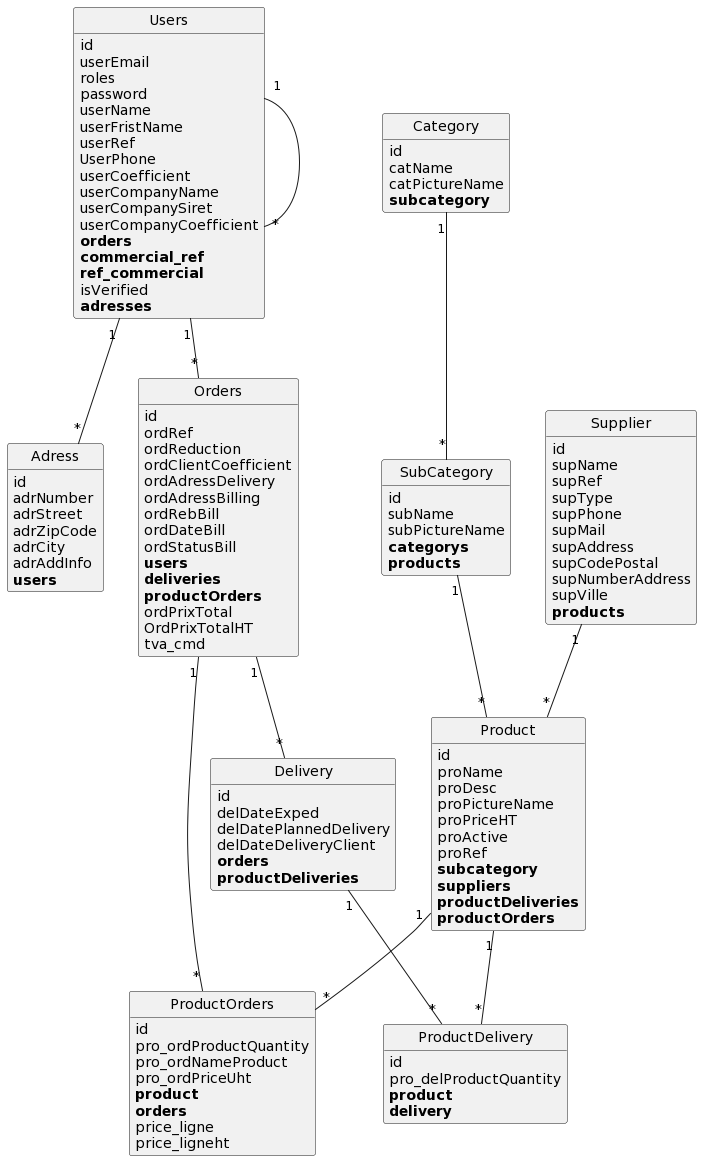
Debl0xMain/AppWeb keeps this PlantUML diagram as puml/index.png. Above is the earlier version.
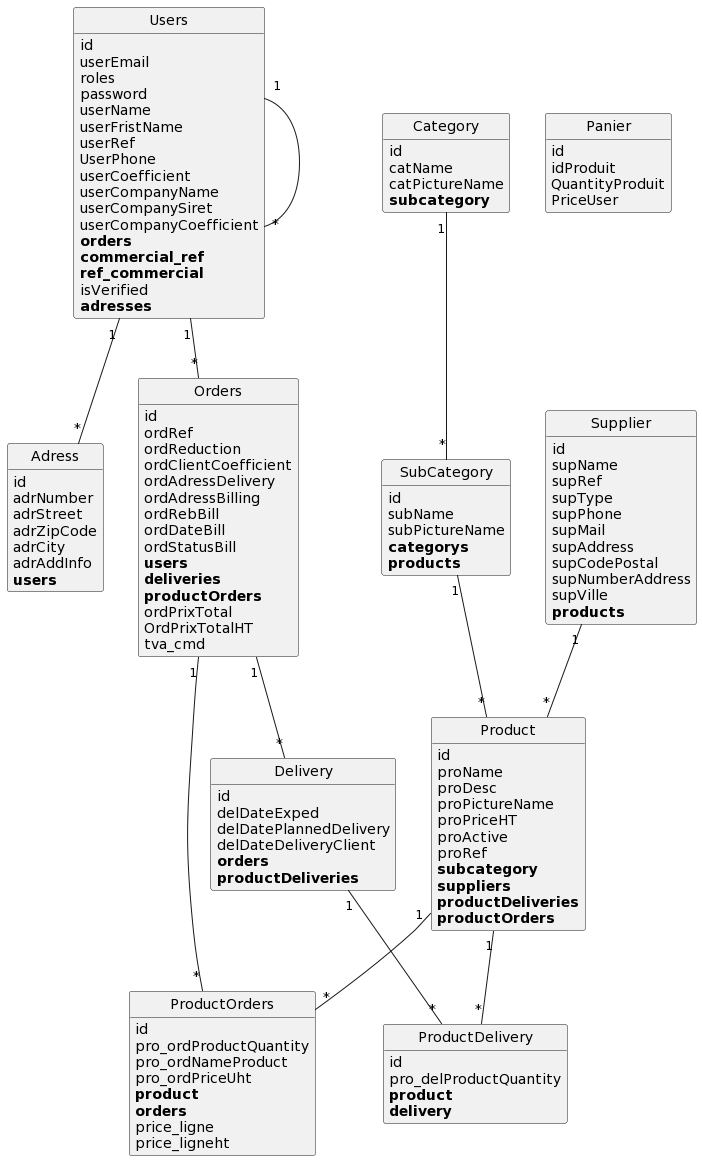
The same diagram one commit later.

Commit message:
create entity panier

Change to the diagram source:
```diff
@@ -8,6 +8,13 @@
 	**orders**
 	price_ligne
 	price_ligneht
+}
+
+class Panier {
+	id
+	idProduit
+	QuantityProduit
+	PriceUser
 }
 
 class Users {
```
